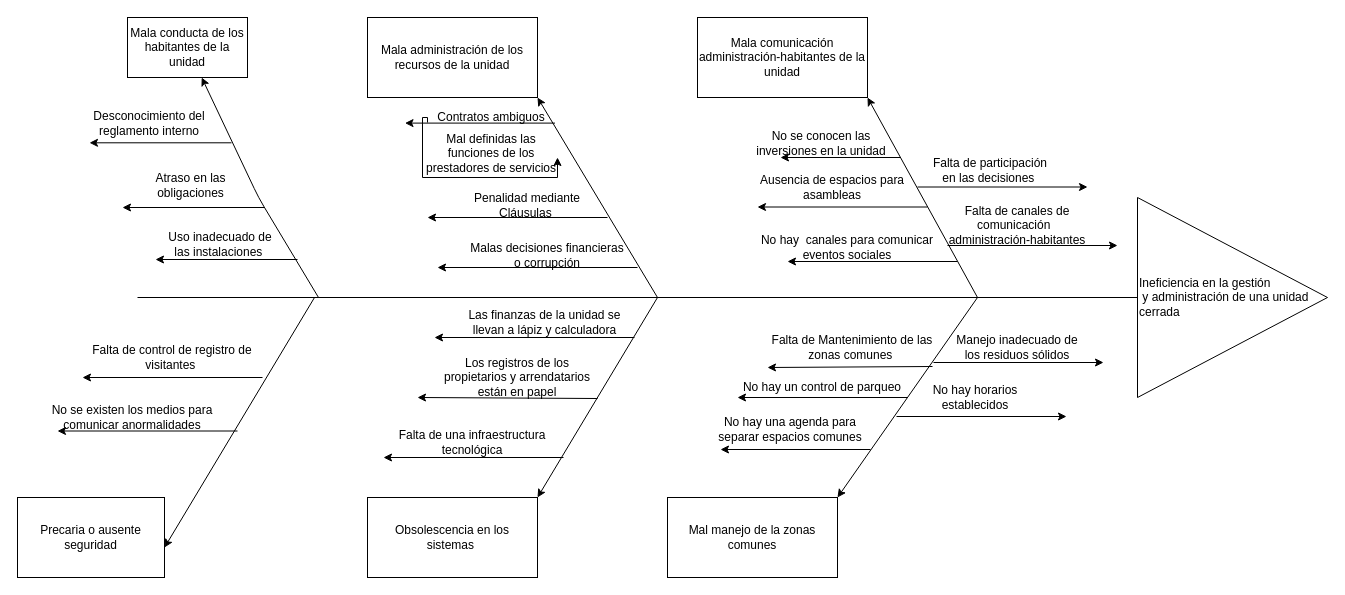
The draw.io diagram Fishbone.drawio in mnivia/Administracion-unidades-cerradas, before the edit. Source tidied: cells renumbered, new cells numbered last; positions are measured from the earlier drawing's top-left corner, leaving out a move shared by most shapes. Both pictures are drawn from the tidied source at 100%, with x=0, y=0 at pixel (17, 17).
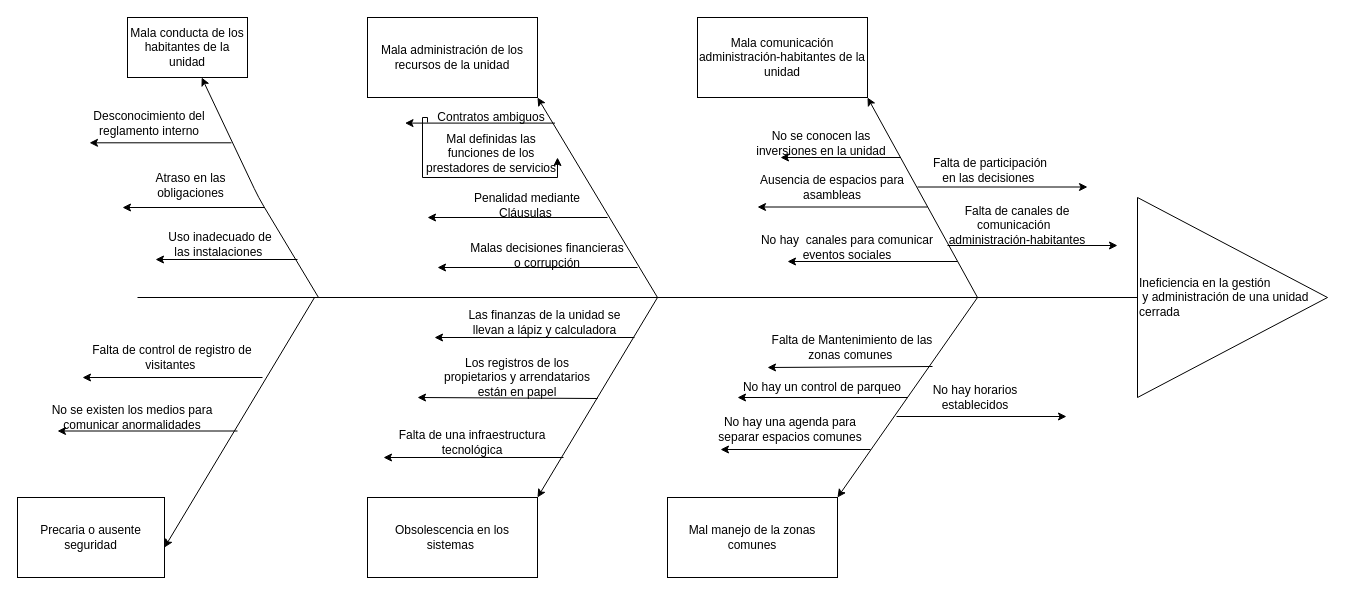
The same diagram, later.

Change to the diagram source:
```diff
@@
-    <mxCell id="28" value="Manejo inadecuado de los residuos sólidos" style="text;html=1;strokeColor=none;fillColor=none;align=center;verticalAlign=middle;whiteSpace=wrap;rounded=0;" parent="1" vertex="1">
-      <mxGeometry x="930" y="310" width="140" height="40" as="geometry" />
-    </mxCell>
@@
-    <mxCell id="31" style="endArrow=classic;html=1;" parent="1" edge="1">
-      <mxGeometry relative="1" as="geometry">
-        <mxPoint x="916" y="345" as="sourcePoint" />
-        <mxPoint x="1086" y="345" as="targetPoint" />
-      </mxGeometry>
-    </mxCell>
```
